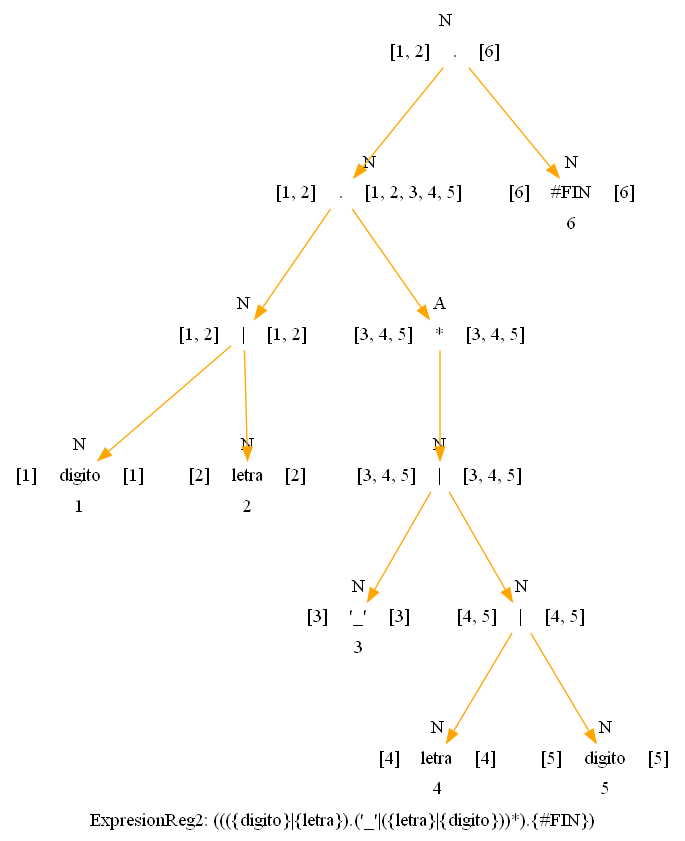
This is ARBOLES_202004765/Arbol_ExpresionReg2.png from PikaGuty/OLC1_Proyecto1_202004765, a Graphviz export, as it was before one commit. Its source is kept beside it as ARBOLES_202004765/Arbol_ExpresionReg2.dot.
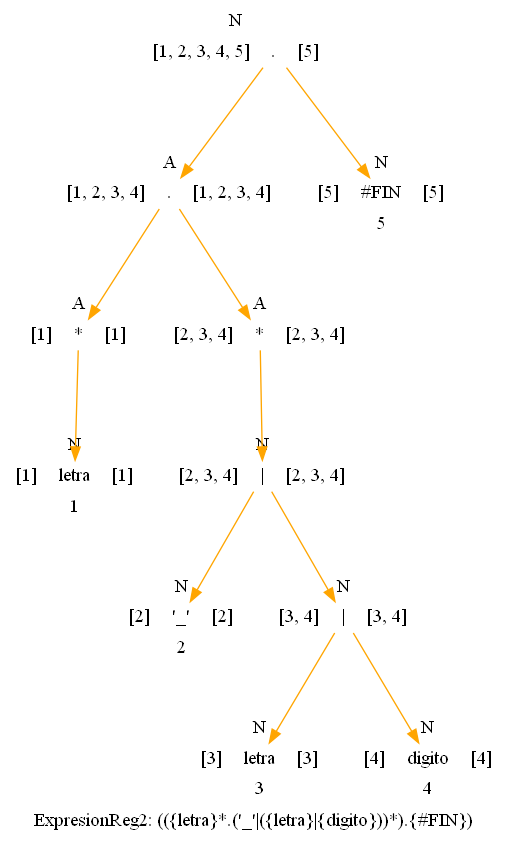
After the change.

The edit, as a diff of the source:
```diff
@@ -1,27 +1,25 @@
 digraph structs {
     node [shape=record];
-    label = "ExpresionReg2: ((({digito}|{letra}).('_'|({letra}|{digito}))*).{#FIN})";
-    Nodo12 [label="{ N |{[1, 2]|<here> . |[6]}| }" color="white"];
-    Nodo10 [label="{ N |{[1, 2]|<here> . |[1, 2, 3, 4, 5]}| }" color="white"];
-    Nodo3 [label="{ N |{[1, 2]|<here> \| |[1, 2]}| }" color="white"];
-    Nodo1 [label="{ N |{[1]|<here> digito |[1]}| 1}" color="white"];
-    Nodo2 [label="{ N |{[2]|<here> letra |[2]}| 2}" color="white"];
-    Nodo9 [label="{ A |{[3, 4, 5]|<here> * |[3, 4, 5]}| }" color="white"];
-    Nodo8 [label="{ N |{[3, 4, 5]|<here> \| |[3, 4, 5]}| }" color="white"];
-    Nodo4 [label="{ N |{[3]|<here> '_' |[3]}| 3}" color="white"];
-    Nodo7 [label="{ N |{[4, 5]|<here> \| |[4, 5]}| }" color="white"];
-    Nodo5 [label="{ N |{[4]|<here> letra |[4]}| 4}" color="white"];
-    Nodo6 [label="{ N |{[5]|<here> digito |[5]}| 5}" color="white"];
-    Nodo11 [label="{ N |{[6]|<here> #FIN |[6]}| 6}" color="white"];
-    Nodo12:here -> Nodo10:here [color="orange"];
-    Nodo12:here -> Nodo11:here [color="orange"];
-    Nodo10:here -> Nodo3:here [color="orange"];
-    Nodo10:here -> Nodo9:here [color="orange"];
-    Nodo3:here -> Nodo1:here [color="orange"];
-    Nodo3:here -> Nodo2:here [color="orange"];
+    label = "ExpresionReg2: (({letra}*.('_'|({letra}|{digito}))*).{#FIN})";
+    Nodo11 [label="{ N |{[1, 2, 3, 4, 5]|<here> . |[5]}| }" color="white"];
+    Nodo9 [label="{ A |{[1, 2, 3, 4]|<here> . |[1, 2, 3, 4]}| }" color="white"];
+    Nodo2 [label="{ A |{[1]|<here> * |[1]}| }" color="white"];
+    Nodo1 [label="{ N |{[1]|<here> letra |[1]}| 1}" color="white"];
+    Nodo8 [label="{ A |{[2, 3, 4]|<here> * |[2, 3, 4]}| }" color="white"];
+    Nodo7 [label="{ N |{[2, 3, 4]|<here> \| |[2, 3, 4]}| }" color="white"];
+    Nodo3 [label="{ N |{[2]|<here> '_' |[2]}| 2}" color="white"];
+    Nodo6 [label="{ N |{[3, 4]|<here> \| |[3, 4]}| }" color="white"];
+    Nodo4 [label="{ N |{[3]|<here> letra |[3]}| 3}" color="white"];
+    Nodo5 [label="{ N |{[4]|<here> digito |[4]}| 4}" color="white"];
+    Nodo10 [label="{ N |{[5]|<here> #FIN |[5]}| 5}" color="white"];
+    Nodo11:here -> Nodo9:here [color="orange"];
+    Nodo11:here -> Nodo10:here [color="orange"];
+    Nodo9:here -> Nodo2:here [color="orange"];
     Nodo9:here -> Nodo8:here [color="orange"];
-    Nodo8:here -> Nodo4:here [color="orange"];
+    Nodo2:here -> Nodo1:here [color="orange"];
     Nodo8:here -> Nodo7:here [color="orange"];
-    Nodo7:here -> Nodo5:here [color="orange"];
+    Nodo7:here -> Nodo3:here [color="orange"];
     Nodo7:here -> Nodo6:here [color="orange"];
+    Nodo6:here -> Nodo4:here [color="orange"];
+    Nodo6:here -> Nodo5:here [color="orange"];
 }
```
